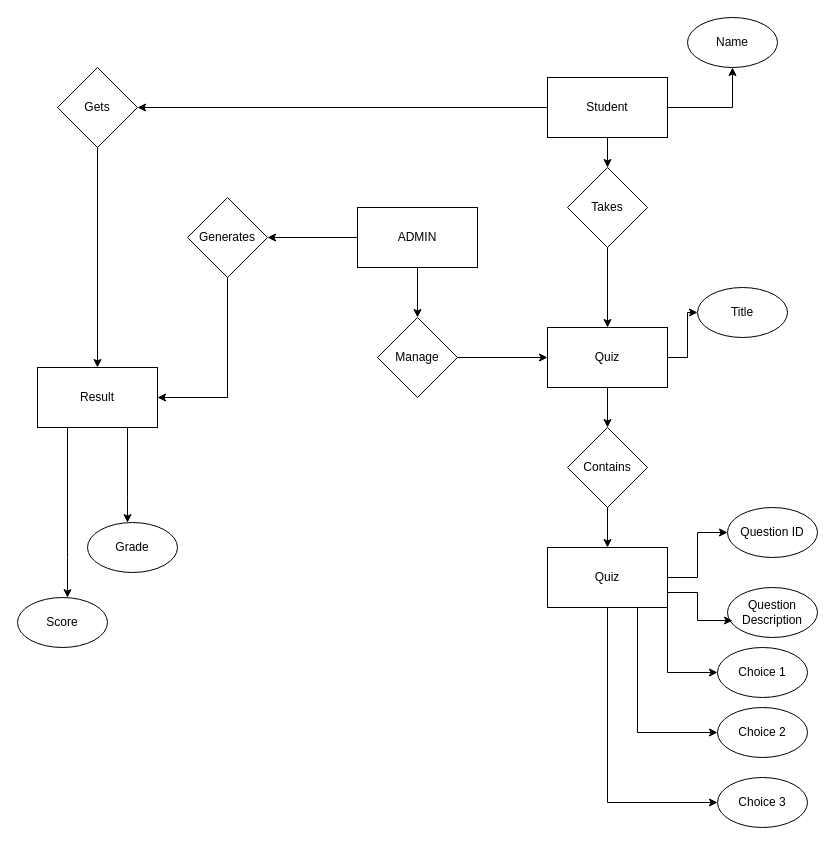
The draw.io diagram img/Untitled Diagram.drawio in prathamjc/TYPROJECT, before the edit. Source tidied: cells renumbered, new cells numbered last; positions are measured from the earlier drawing's top-left corner, leaving out a move shared by most shapes. Both pictures are drawn from the tidied source at 100%, with x=0, y=0 at pixel (17, 17).
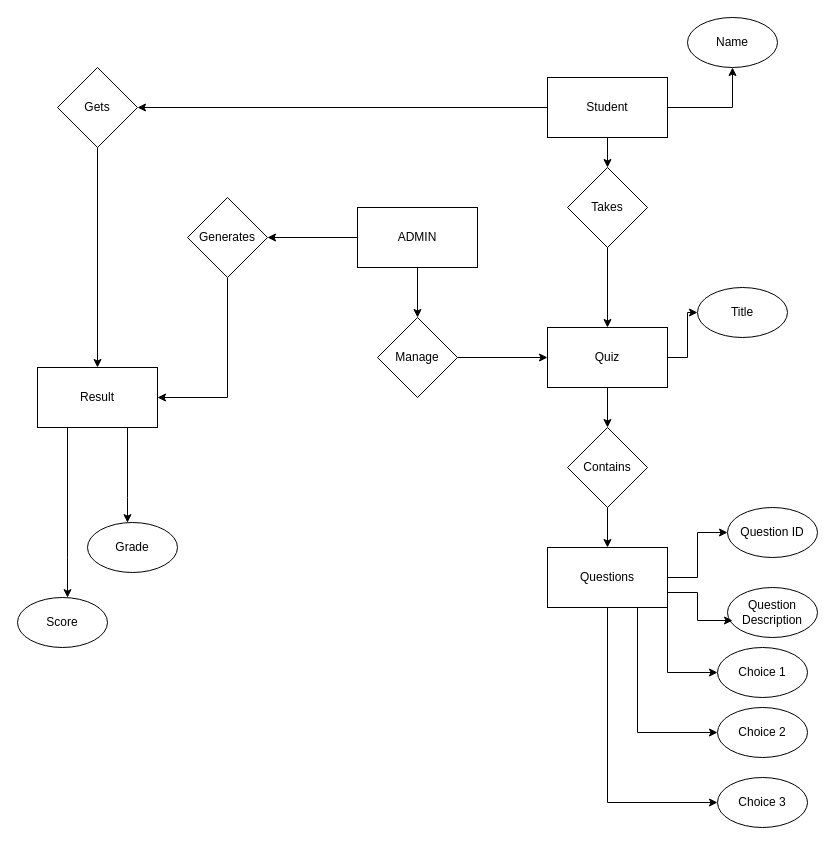
After the change.

Change to the diagram source:
```diff
@@
-    <mxCell id="24" value="Quiz" style="rounded=0;whiteSpace=wrap;html=1;" parent="1" vertex="1">
+    <mxCell id="24" value="Questions" style="rounded=0;whiteSpace=wrap;html=1;" parent="1" vertex="1">
       <mxGeometry x="530" y="530" width="120" height="60" as="geometry" />
     </mxCell>
```
